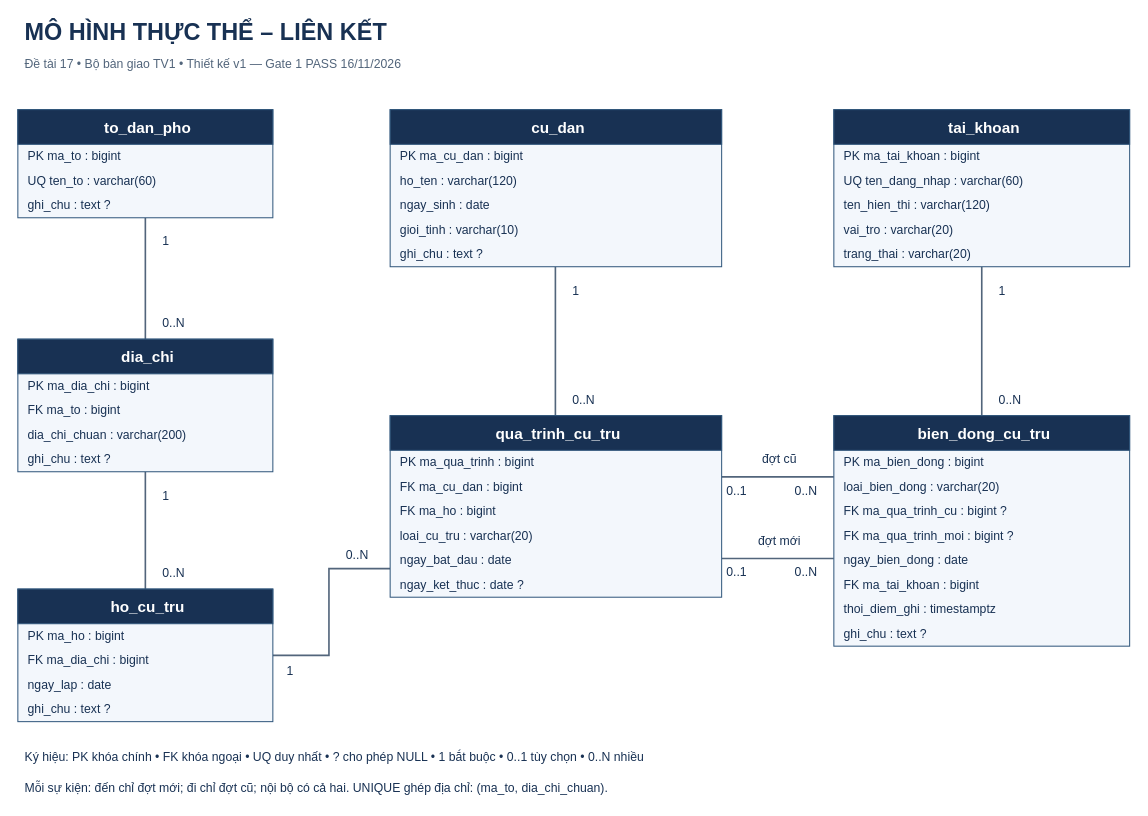
The draw.io diagram diagrams/erd_v1.drawio in Linhlss/CSDL-Nh-m-38, before the edit. Source tidied: cells renumbered, new cells numbered last; positions are measured from the earlier drawing's top-left corner, leaving out a move shared by most shapes. Both pictures are drawn from the tidied source at 102%, with x=0, y=0 at pixel (17, 17).
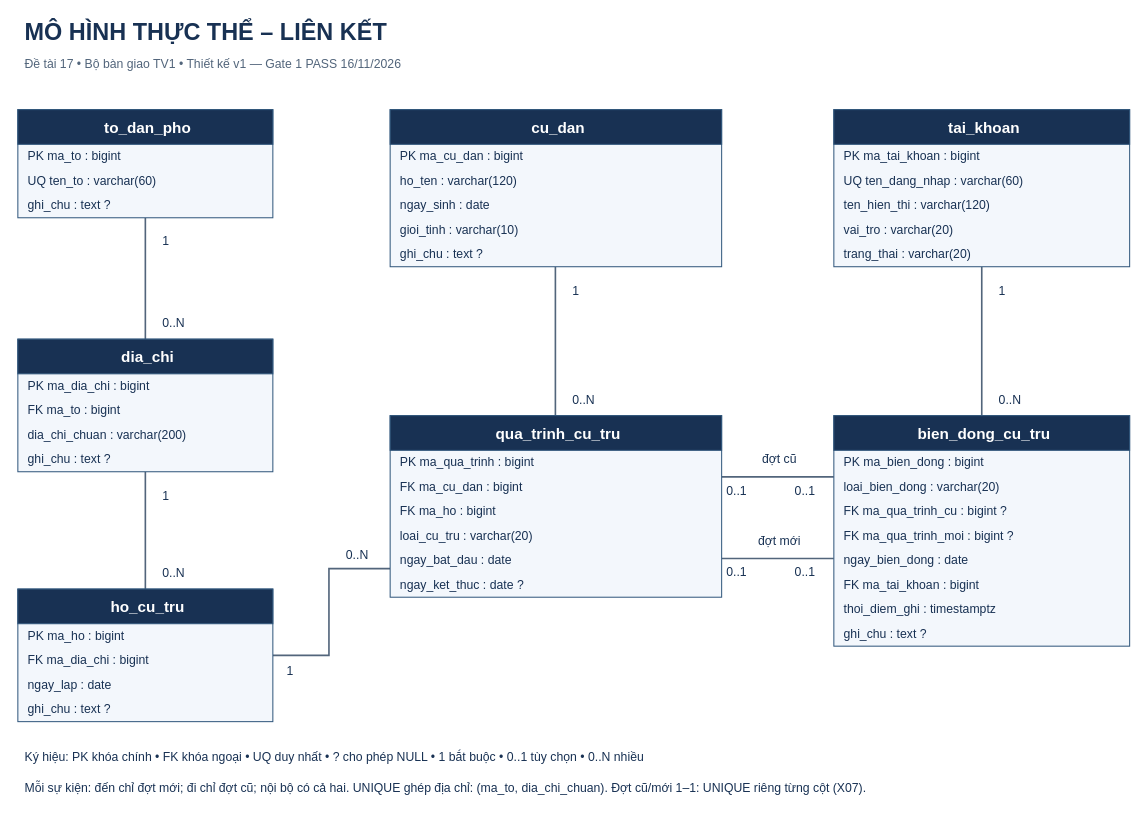
The same page after the edit.

The edit, as a diff of the source:
```diff
@@
-    <mxCell id="21" value="0..N" style="text;html=1;whiteSpace=wrap;align=left;verticalAlign=middle;fontFamily=Arial;fontSize=12;fontColor=#183153;fontStyle=0;spacingLeft=5;" parent="1" vertex="1">
+    <mxCell id="21" value="0..1" style="text;html=1;whiteSpace=wrap;align=left;verticalAlign=middle;fontFamily=Arial;fontSize=12;fontColor=#183153;fontStyle=0;spacingLeft=5;" parent="1" vertex="1">
       <mxGeometry x="755" y="453" width="52" height="21" as="geometry" />
     </mxCell>
@@
-    <mxCell id="24" value="0..N" style="text;html=1;whiteSpace=wrap;align=left;verticalAlign=middle;fontFamily=Arial;fontSize=12;fontColor=#183153;fontStyle=0;spacingLeft=5;" parent="1" vertex="1">
+    <mxCell id="24" value="0..1" style="text;html=1;whiteSpace=wrap;align=left;verticalAlign=middle;fontFamily=Arial;fontSize=12;fontColor=#183153;fontStyle=0;spacingLeft=5;" parent="1" vertex="1">
       <mxGeometry x="755" y="533" width="52" height="21" as="geometry" />
     </mxCell>
@@
-    <mxCell id="84" value="Mỗi sự kiện: đến chỉ đợt mới; đi chỉ đợt cũ; nội bộ có cả hai. UNIQUE ghép địa chỉ: (ma_to, dia_chi_chuan)." style="text;html=1;whiteSpace=wrap;align=left;verticalAlign=middle;fontFamily=Arial;fontSize=12;fontColor=#183153;fontStyle=0;spacingLeft=5;" parent="1" vertex="1">
+    <mxCell id="84" value="Mỗi sự kiện: đến chỉ đợt mới; đi chỉ đợt cũ; nội bộ có cả hai. UNIQUE ghép địa chỉ: (ma_to, dia_chi_chuan). Đợt cũ/mới 1–1: UNIQUE riêng từng cột (X07)." style="text;html=1;whiteSpace=wrap;align=left;verticalAlign=middle;fontFamily=Arial;fontSize=12;fontColor=#183153;fontStyle=0;spacingLeft=5;" parent="1" vertex="1">
       <mxGeometry y="743" width="1090" height="23" as="geometry" />
     </mxCell>
```
